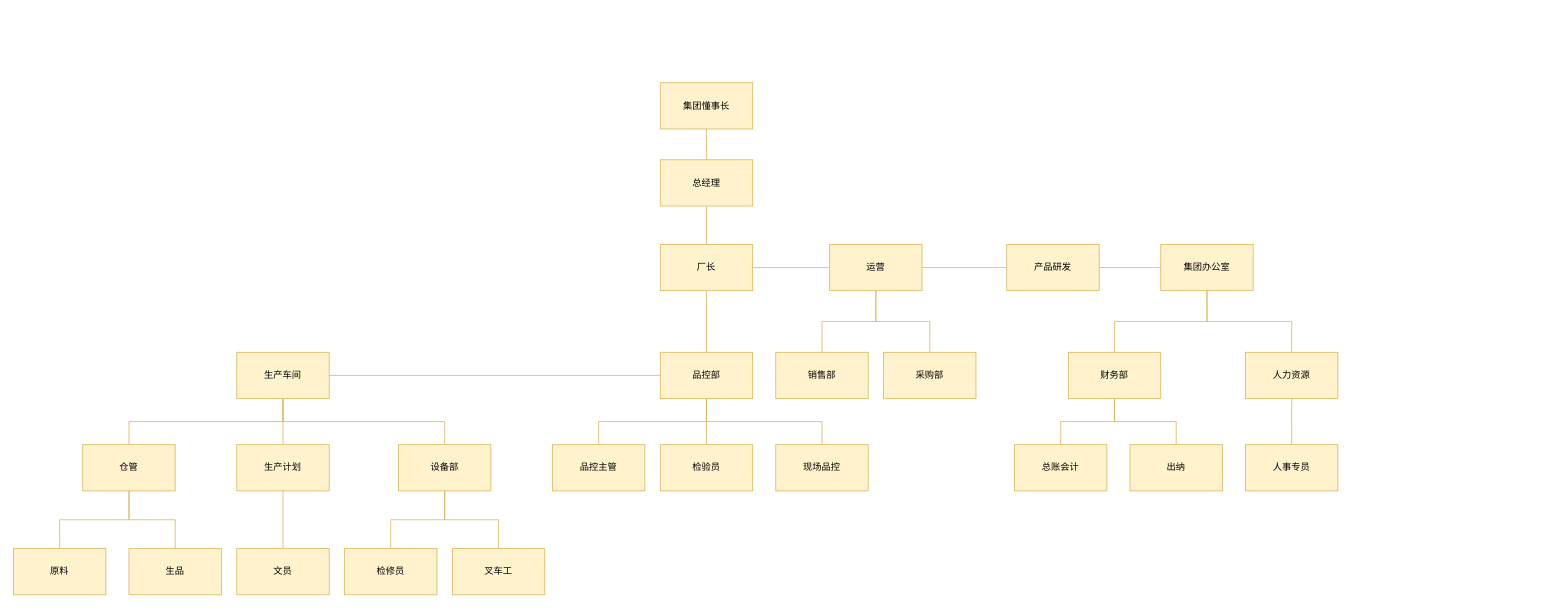
Before: 公司架构.drawio in fourdsmart-weather/fourdsmart-weather-airquality, a draw.io diagram. Source tidied: cells renumbered, new cells numbered last; positions are measured from the earlier drawing's top-left corner, leaving out a move shared by most shapes. Both pictures are drawn from the tidied source at 77%, with x=0, y=0 at pixel (13, 82).
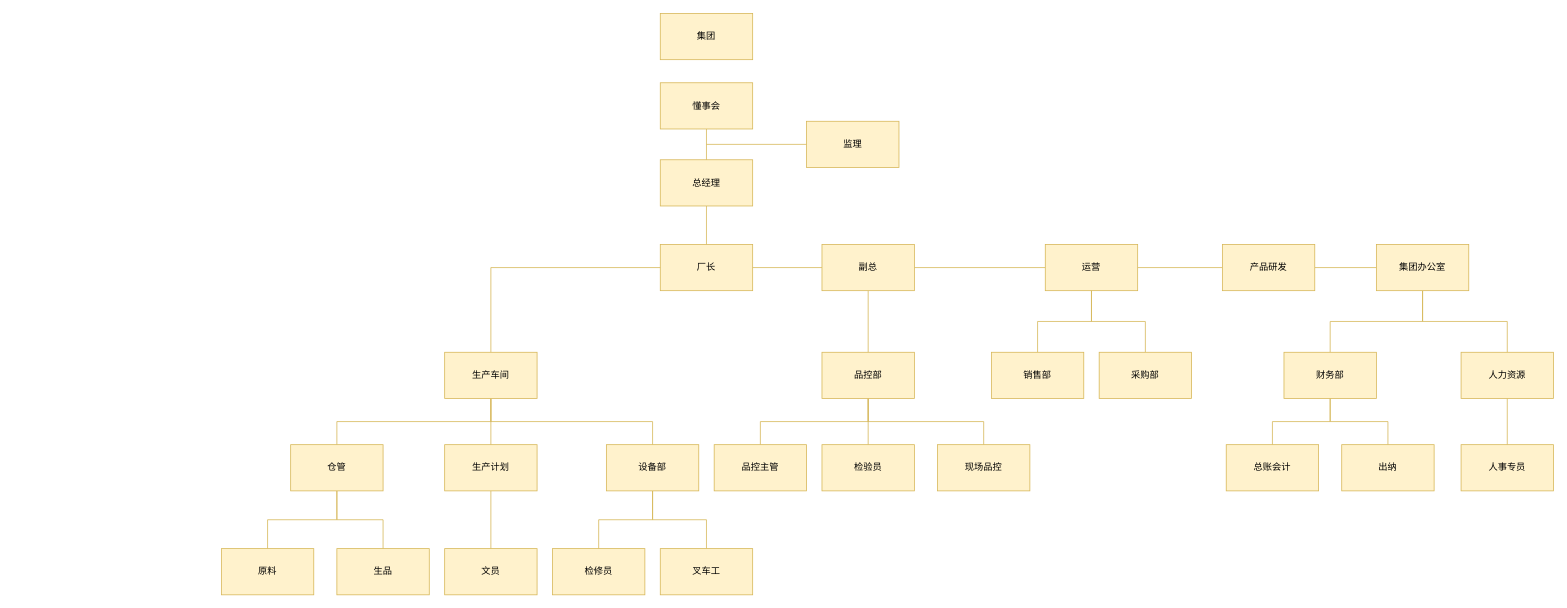
The same diagram, later.

The change refers to these unchanged cells:
```xml
<mxCell id="6" value="厂长" style="rounded=0;whiteSpace=wrap;html=1;fillColor=#fff2cc;strokeColor=#d6b656;" parent="1" vertex="1">
  <mxGeometry x="840" y="210" width="120" height="60" as="geometry" />
</mxCell>
```

What changed in the source:
```diff
@@
-    <mxCell id="4" style="edgeStyle=orthogonalEdgeStyle;rounded=0;jettySize=auto;html=1;fillColor=#fff2cc;strokeColor=#d6b656;endArrow=none;endFill=0;" parent="1" edge="1" source="6" target="9">
+    <mxCell id="4" style="edgeStyle=orthogonalEdgeStyle;rounded=0;jettySize=auto;html=1;fillColor=#fff2cc;strokeColor=#d6b656;endArrow=none;endFill=0;startArrow=none;" parent="1" edge="1" source="58" target="9">
       <mxGeometry relative="1" as="geometry" />
     </mxCell>
-    <mxCell id="5" style="edgeStyle=orthogonalEdgeStyle;rounded=0;jettySize=auto;html=1;exitX=0.5;exitY=1;exitDx=0;exitDy=0;entryX=0.5;entryY=0;entryDx=0;entryDy=0;fillColor=#fff2cc;strokeColor=#d6b656;endArrow=none;endFill=0;" parent="1" edge="1" source="6" target="24">
+    <mxCell id="5" style="edgeStyle=orthogonalEdgeStyle;rounded=0;jettySize=auto;html=1;exitX=0.5;exitY=1;exitDx=0;exitDy=0;entryX=0.5;entryY=0;entryDx=0;entryDy=0;fillColor=#fff2cc;strokeColor=#d6b656;endArrow=none;endFill=0;" parent="1" edge="1" source="58" target="24">
       <mxGeometry relative="1" as="geometry" />
     </mxCell>
@@
     <mxCell id="9" value="运营" style="rounded=0;whiteSpace=wrap;html=1;fillColor=#fff2cc;strokeColor=#d6b656;" parent="1" vertex="1">
-      <mxGeometry x="1060" y="210" width="120" height="60" as="geometry" />
+      <mxGeometry x="1340" y="210" width="120" height="60" as="geometry" />
     </mxCell>
@@
-    <mxCell id="11" value="集团懂事长" style="rounded=0;whiteSpace=wrap;html=1;fillColor=#fff2cc;strokeColor=#d6b656;" parent="1" vertex="1">
+    <mxCell id="11" value="懂事会" style="rounded=0;whiteSpace=wrap;html=1;fillColor=#fff2cc;strokeColor=#d6b656;" parent="1" vertex="1">
       <mxGeometry x="840" width="120" height="60" as="geometry" />
     </mxCell>
@@
     <mxCell id="13" value="产品研发" style="rounded=0;whiteSpace=wrap;html=1;fillColor=#fff2cc;strokeColor=#d6b656;" parent="1" vertex="1">
-      <mxGeometry x="1290" y="210" width="120" height="60" as="geometry" />
+      <mxGeometry x="1570" y="210" width="120" height="60" as="geometry" />
     </mxCell>
@@
     <mxCell id="16" value="集团办公室" style="rounded=0;whiteSpace=wrap;html=1;fillColor=#fff2cc;strokeColor=#d6b656;" parent="1" vertex="1">
-      <mxGeometry x="1490" y="210" width="120" height="60" as="geometry" />
+      <mxGeometry x="1770" y="210" width="120" height="60" as="geometry" />
     </mxCell>
     <mxCell id="17" value="销售部" style="rounded=0;whiteSpace=wrap;html=1;fillColor=#fff2cc;strokeColor=#d6b656;" parent="1" vertex="1">
-      <mxGeometry x="990" y="350" width="120" height="60" as="geometry" />
+      <mxGeometry x="1270" y="350" width="120" height="60" as="geometry" />
     </mxCell>
@@
     <mxCell id="19" value="采购部" style="rounded=0;whiteSpace=wrap;html=1;fillColor=#fff2cc;strokeColor=#d6b656;" parent="1" vertex="1">
-      <mxGeometry x="1130" y="350" width="120" height="60" as="geometry" />
+      <mxGeometry x="1410" y="350" width="120" height="60" as="geometry" />
     </mxCell>
-    <mxCell id="20" style="edgeStyle=orthogonalEdgeStyle;rounded=0;jettySize=auto;html=1;fillColor=#fff2cc;strokeColor=#d6b656;endArrow=none;endFill=0;" parent="1" edge="1" source="24" target="28">
-      <mxGeometry relative="1" as="geometry" />
-    </mxCell>
@@
     <mxCell id="24" value="品控部" style="rounded=0;whiteSpace=wrap;html=1;fillColor=#fff2cc;strokeColor=#d6b656;" parent="1" vertex="1">
-      <mxGeometry x="840" y="350" width="120" height="60" as="geometry" />
+      <mxGeometry x="1050" y="350" width="120" height="60" as="geometry" />
     </mxCell>
@@
+    <mxCell id="53" style="edgeStyle=orthogonalEdgeStyle;rounded=0;jettySize=auto;html=1;exitX=0.5;exitY=0;exitDx=0;exitDy=0;entryX=0;entryY=0.5;entryDx=0;entryDy=0;endArrow=none;endFill=0;fillColor=#fff2cc;strokeColor=#d6b656;" parent="1" edge="1" source="28" target="6">
+      <mxGeometry relative="1" as="geometry" />
+    </mxCell>
     <mxCell id="28" value="生产车间" style="rounded=0;whiteSpace=wrap;html=1;fillColor=#fff2cc;strokeColor=#d6b656;" parent="1" vertex="1">
-      <mxGeometry x="290" y="350" width="120" height="60" as="geometry" />
+      <mxGeometry x="560" y="350" width="120" height="60" as="geometry" />
     </mxCell>
@@
     <mxCell id="31" value="仓管" style="rounded=0;whiteSpace=wrap;html=1;fillColor=#fff2cc;strokeColor=#d6b656;" parent="1" vertex="1">
-      <mxGeometry x="90" y="470" width="120" height="60" as="geometry" />
+      <mxGeometry x="360" y="470" width="120" height="60" as="geometry" />
     </mxCell>
@@
     <mxCell id="33" value="生产计划" style="rounded=0;whiteSpace=wrap;html=1;fillColor=#fff2cc;strokeColor=#d6b656;" parent="1" vertex="1">
-      <mxGeometry x="290" y="470" width="120" height="60" as="geometry" />
+      <mxGeometry x="560" y="470" width="120" height="60" as="geometry" />
     </mxCell>
@@
     <mxCell id="36" value="设备部" style="rounded=0;whiteSpace=wrap;html=1;fillColor=#fff2cc;strokeColor=#d6b656;" parent="1" vertex="1">
-      <mxGeometry x="500" y="470" width="120" height="60" as="geometry" />
+      <mxGeometry x="770" y="470" width="120" height="60" as="geometry" />
     </mxCell>
     <mxCell id="37" value="品控主管" style="rounded=0;whiteSpace=wrap;html=1;fillColor=#fff2cc;strokeColor=#d6b656;" parent="1" vertex="1">
-      <mxGeometry x="700" y="470" width="120" height="60" as="geometry" />
+      <mxGeometry x="910" y="470" width="120" height="60" as="geometry" />
     </mxCell>
@@
     <mxCell id="39" value="人力资源" style="rounded=0;whiteSpace=wrap;html=1;fillColor=#fff2cc;strokeColor=#d6b656;" parent="1" vertex="1">
-      <mxGeometry x="1600" y="350" width="120" height="60" as="geometry" />
+      <mxGeometry x="1880" y="350" width="120" height="60" as="geometry" />
     </mxCell>
@@
     <mxCell id="42" value="财务部" style="rounded=0;whiteSpace=wrap;html=1;fillColor=#fff2cc;strokeColor=#d6b656;" parent="1" vertex="1">
-      <mxGeometry x="1370" y="350" width="120" height="60" as="geometry" />
+      <mxGeometry x="1650" y="350" width="120" height="60" as="geometry" />
     </mxCell>
     <mxCell id="43" value="总账会计" style="rounded=0;whiteSpace=wrap;html=1;fillColor=#fff2cc;strokeColor=#d6b656;" parent="1" vertex="1">
-      <mxGeometry x="1300" y="470" width="120" height="60" as="geometry" />
+      <mxGeometry x="1575" y="470" width="120" height="60" as="geometry" />
     </mxCell>
     <mxCell id="44" value="出纳" style="rounded=0;whiteSpace=wrap;html=1;fillColor=#fff2cc;strokeColor=#d6b656;" parent="1" vertex="1">
-      <mxGeometry x="1450" y="470" width="120" height="60" as="geometry" />
+      <mxGeometry x="1725" y="470" width="120" height="60" as="geometry" />
     </mxCell>
     <mxCell id="45" value="人事专员" style="rounded=0;whiteSpace=wrap;html=1;fillColor=#fff2cc;strokeColor=#d6b656;" parent="1" vertex="1">
-      <mxGeometry x="1600" y="470" width="120" height="60" as="geometry" />
+      <mxGeometry x="1880" y="470" width="120" height="60" as="geometry" />
     </mxCell>
     <mxCell id="46" value="检验员" style="rounded=0;whiteSpace=wrap;html=1;fillColor=#fff2cc;strokeColor=#d6b656;" parent="1" vertex="1">
-      <mxGeometry x="840" y="470" width="120" height="60" as="geometry" />
+      <mxGeometry x="1050" y="470" width="120" height="60" as="geometry" />
     </mxCell>
     <mxCell id="47" value="现场品控" style="rounded=0;whiteSpace=wrap;html=1;fillColor=#fff2cc;strokeColor=#d6b656;" parent="1" vertex="1">
-      <mxGeometry x="990" y="470" width="120" height="60" as="geometry" />
+      <mxGeometry x="1200" y="470" width="120" height="60" as="geometry" />
     </mxCell>
     <mxCell id="48" value="原料" style="rounded=0;whiteSpace=wrap;html=1;fillColor=#fff2cc;strokeColor=#d6b656;" parent="1" vertex="1">
-      <mxGeometry y="605" width="120" height="60" as="geometry" />
+      <mxGeometry x="270" y="605" width="120" height="60" as="geometry" />
     </mxCell>
     <mxCell id="49" value="生品" style="rounded=0;whiteSpace=wrap;html=1;fillColor=#fff2cc;strokeColor=#d6b656;" parent="1" vertex="1">
-      <mxGeometry x="150" y="605" width="120" height="60" as="geometry" />
+      <mxGeometry x="420" y="605" width="120" height="60" as="geometry" />
     </mxCell>
     <mxCell id="50" value="文员" style="rounded=0;whiteSpace=wrap;html=1;fillColor=#fff2cc;strokeColor=#d6b656;" parent="1" vertex="1">
-      <mxGeometry x="290" y="605" width="120" height="60" as="geometry" />
+      <mxGeometry x="560" y="605" width="120" height="60" as="geometry" />
     </mxCell>
     <mxCell id="51" value="检修员" style="rounded=0;whiteSpace=wrap;html=1;fillColor=#fff2cc;strokeColor=#d6b656;" parent="1" vertex="1">
-      <mxGeometry x="430" y="605" width="120" height="60" as="geometry" />
+      <mxGeometry x="700" y="605" width="120" height="60" as="geometry" />
     </mxCell>
     <mxCell id="52" value="叉车工" style="rounded=0;whiteSpace=wrap;html=1;fillColor=#fff2cc;strokeColor=#d6b656;" parent="1" vertex="1">
-      <mxGeometry x="570" y="605" width="120" height="60" as="geometry" />
+      <mxGeometry x="840" y="605" width="120" height="60" as="geometry" />
     </mxCell>
+    <mxCell id="54" value="集团" style="rounded=0;whiteSpace=wrap;html=1;fillColor=#fff2cc;strokeColor=#d6b656;" parent="1" vertex="1">
+      <mxGeometry x="840" y="-90" width="120" height="60" as="geometry" />
+    </mxCell>
+    <mxCell id="55" style="edgeStyle=none;rounded=0;jettySize=auto;html=1;exitX=0;exitY=0.5;exitDx=0;exitDy=0;endArrow=none;endFill=0;fillColor=#fff2cc;strokeColor=#d6b656;" parent="1" edge="1" source="56">
+      <mxGeometry relative="1" as="geometry">
+        <mxPoint x="900" y="80" as="targetPoint" />
+      </mxGeometry>
+    </mxCell>
+    <mxCell id="56" value="监理" style="rounded=0;whiteSpace=wrap;html=1;fillColor=#fff2cc;strokeColor=#d6b656;" parent="1" vertex="1">
+      <mxGeometry x="1030" y="50" width="120" height="60" as="geometry" />
+    </mxCell>
+    <mxCell id="57" style="edgeStyle=orthogonalEdgeStyle;rounded=0;jettySize=auto;html=1;fillColor=#fff2cc;strokeColor=#d6b656;endArrow=none;endFill=0;" parent="1" edge="1" source="6" target="58">
+      <mxGeometry relative="1" as="geometry" />
+    </mxCell>
+    <mxCell id="58" value="副总" style="rounded=0;whiteSpace=wrap;html=1;fillColor=#fff2cc;strokeColor=#d6b656;" parent="1" vertex="1">
+      <mxGeometry x="1050" y="210" width="120" height="60" as="geometry" />
+    </mxCell>
```
